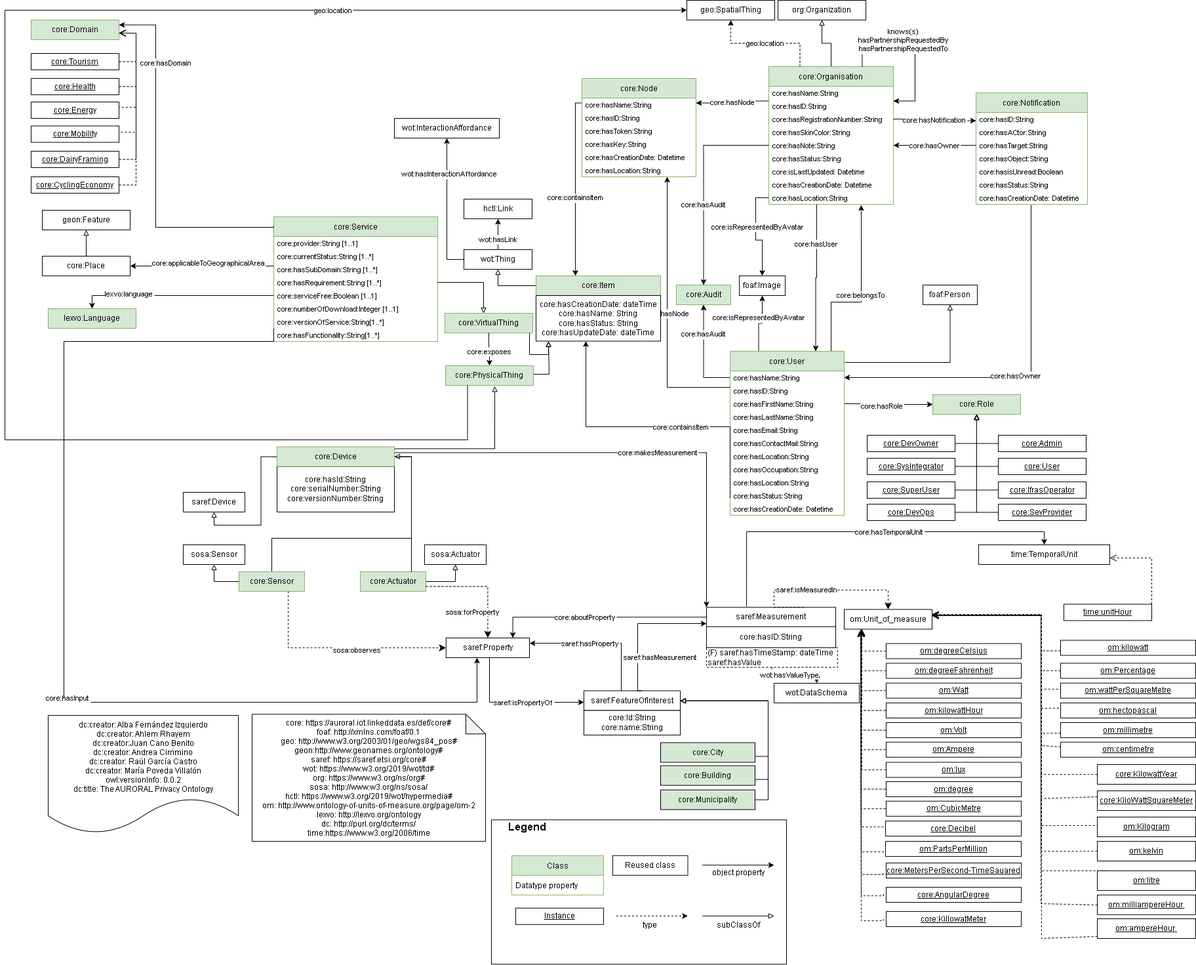
This is diagrams/core.png from oeg-upm/auroral-core-ontology, a draw.io export, as it was before one commit. Source tidied: cells renumbered, new cells last; positions are measured from the earlier drawing's top-left corner, leaving out a move shared by most shapes.
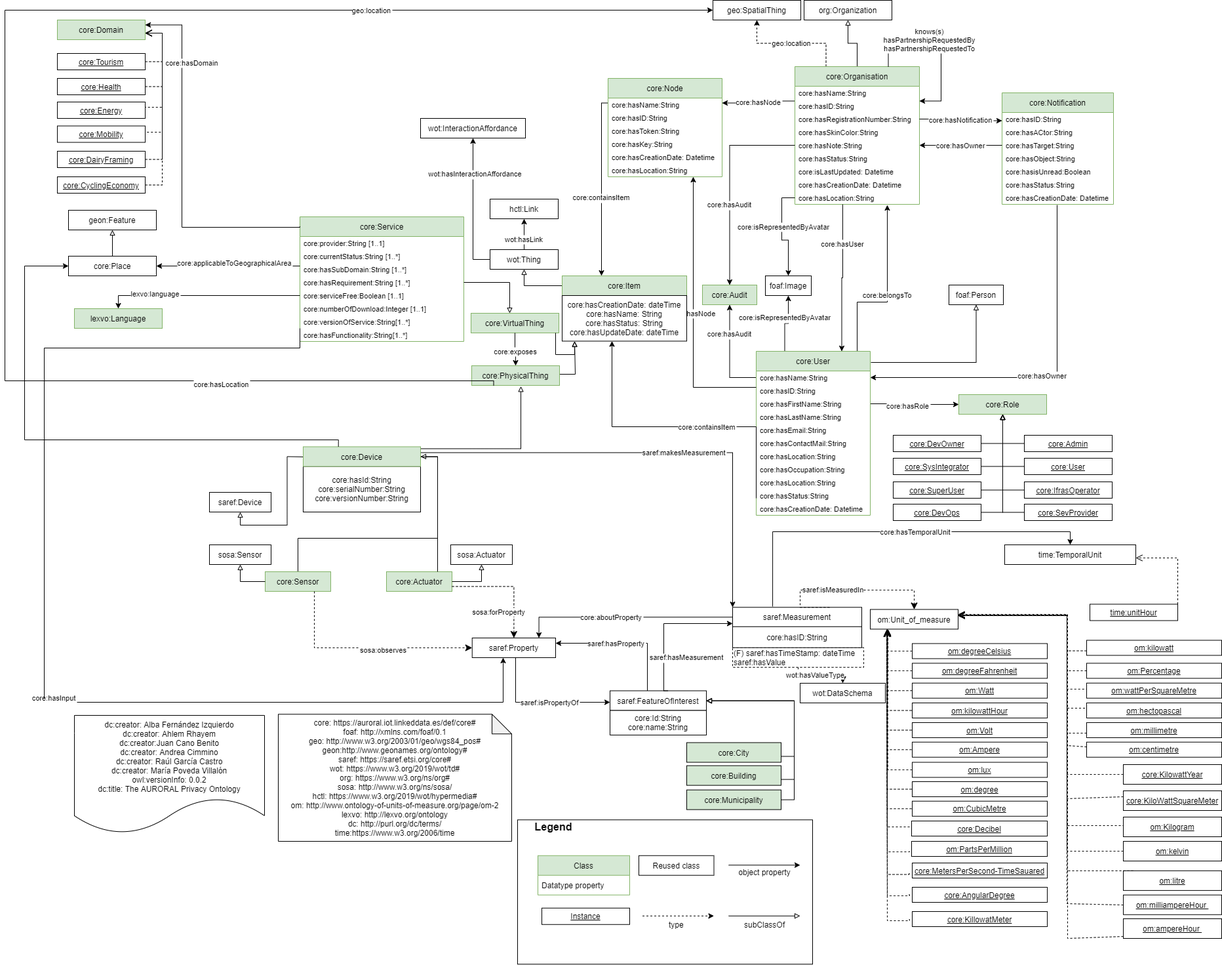
Later version of the same file.

The edit, as a diff of the source:
```diff
@@ -462,7 +462,7 @@
         <mxPoint x="1" y="-1.2" as="offset" />
       </mxGeometry>
     </mxCell>
-    <mxCell id="127" value="core:makesMeasurement" style="edgeStyle=orthogonalEdgeStyle;rounded=0;jettySize=auto;entryX=0;entryY=0;entryDx=0;entryDy=0;fontSize=11;endArrow=classic;endFill=1;exitX=1;exitY=0.3;exitDx=0;exitDy=0;" parent="1" edge="1" source="177" target="120">
+    <mxCell id="127" value="saref:makesMeasurement" style="edgeStyle=orthogonalEdgeStyle;rounded=0;jettySize=auto;entryX=0;entryY=0;entryDx=0;entryDy=0;fontSize=11;endArrow=classic;endFill=1;exitX=1;exitY=0.3;exitDx=0;exitDy=0;" parent="1" edge="1" source="177" target="120">
       <mxGeometry x="0.13" relative="1" as="geometry">
         <Array as="points">
           <mxPoint x="1070" y="690" />
@@ -656,9 +656,9 @@
     <mxCell id="171" value="core:hasInput&#10;" style="edgeStyle=orthogonalEdgeStyle;rounded=0;jettySize=auto;fontSize=11;endArrow=classic;endFill=1;" parent="1" edge="1" source="164" target="114">
       <mxGeometry x="0.13" relative="1" as="geometry">
         <Array as="points">
-          <mxPoint x="410" y="520" />
-          <mxPoint x="90" y="520" />
-          <mxPoint x="90" y="1070" />
+          <mxPoint x="410" y="530" />
+          <mxPoint x="20" y="530" />
+          <mxPoint x="20" y="1070" />
           <mxPoint x="720" y="1070" />
         </Array>
       </mxGeometry>
@@ -677,9 +677,9 @@
     <mxCell id="175" value="geo:location" style="edgeStyle=orthogonalEdgeStyle;rounded=0;jettySize=auto;fontSize=11;endArrow=classic;endFill=1;exitX=0.25;exitY=1;exitDx=0;exitDy=0;entryX=0;entryY=0.5;entryDx=0;entryDy=0;" parent="1" edge="1" source="167" target="47">
       <mxGeometry x="0.57" relative="1" as="geometry">
         <Array as="points">
-          <mxPoint x="706" y="670" />
-          <mxPoint y="670" />
-          <mxPoint y="15" />
+          <mxPoint x="706" y="580" />
+          <mxPoint x="-40" y="580" />
+          <mxPoint x="-40" y="15" />
         </Array>
         <mxPoint x="1" as="offset" />
       </mxGeometry>
@@ -1036,5 +1036,19 @@
         </Array>
       </mxGeometry>
     </mxCell>
+    <mxCell id="242" style="edgeStyle=orthogonalEdgeStyle;rounded=0;jettySize=auto;html=1;fontSize=11;endArrow=classic;endFill=1;exitX=0.3;exitY=0;exitDx=0;exitDy=0;entryX=0;entryY=0.5;entryDx=0;entryDy=0;" parent="1" edge="1" source="177" target="182">
+      <mxGeometry relative="1" as="geometry">
+        <Array as="points">
+          <mxPoint x="469" y="670" />
+          <mxPoint x="-10" y="670" />
+          <mxPoint x="-10" y="405" />
+        </Array>
+      </mxGeometry>
+    </mxCell>
+    <mxCell id="243" value="core:hasLocation" style="edgeLabel;align=center;verticalAlign=middle;fontSize=11;" parent="242" vertex="1">
+      <mxGeometry x="0.49" y="-3" relative="1" as="geometry">
+        <mxPoint x="297" y="37.8" as="offset" />
+      </mxGeometry>
+    </mxCell>
   </root>
 </mxGraphModel>
```
